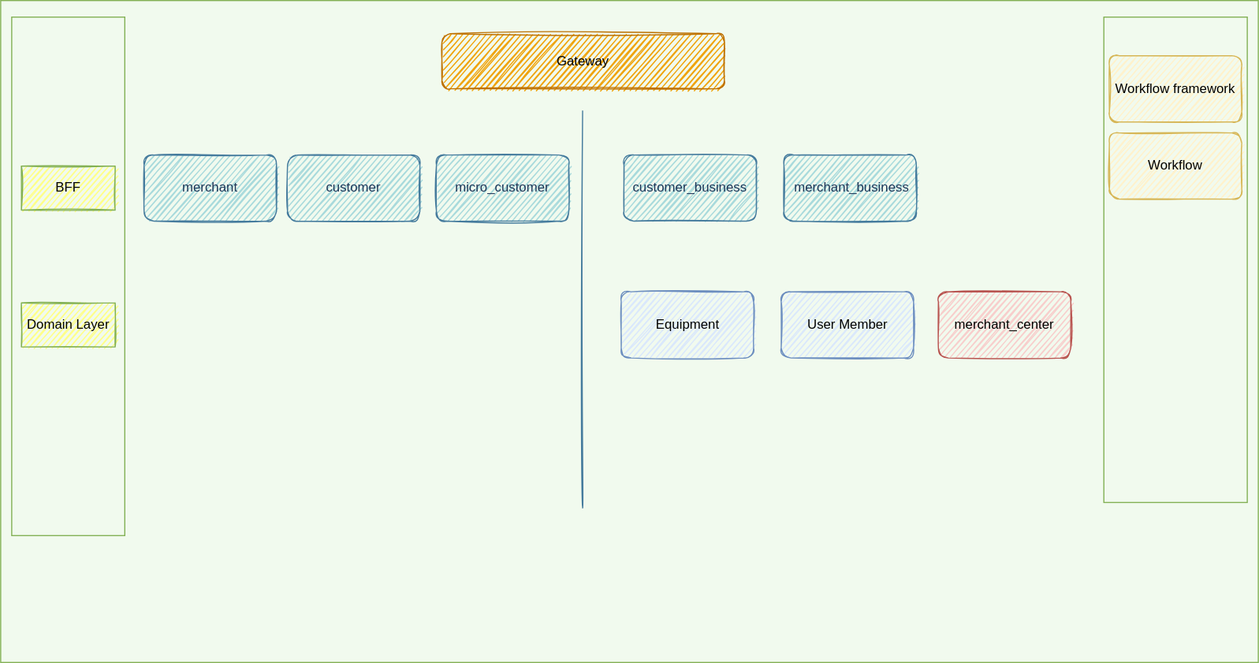
Earlier version of the draw.io export service layer.drawio.svg (jingwux/diagrams). Source tidied: cells renumbered, new cells last; positions are measured from the earlier drawing's top-left corner, leaving out a move shared by most shapes.
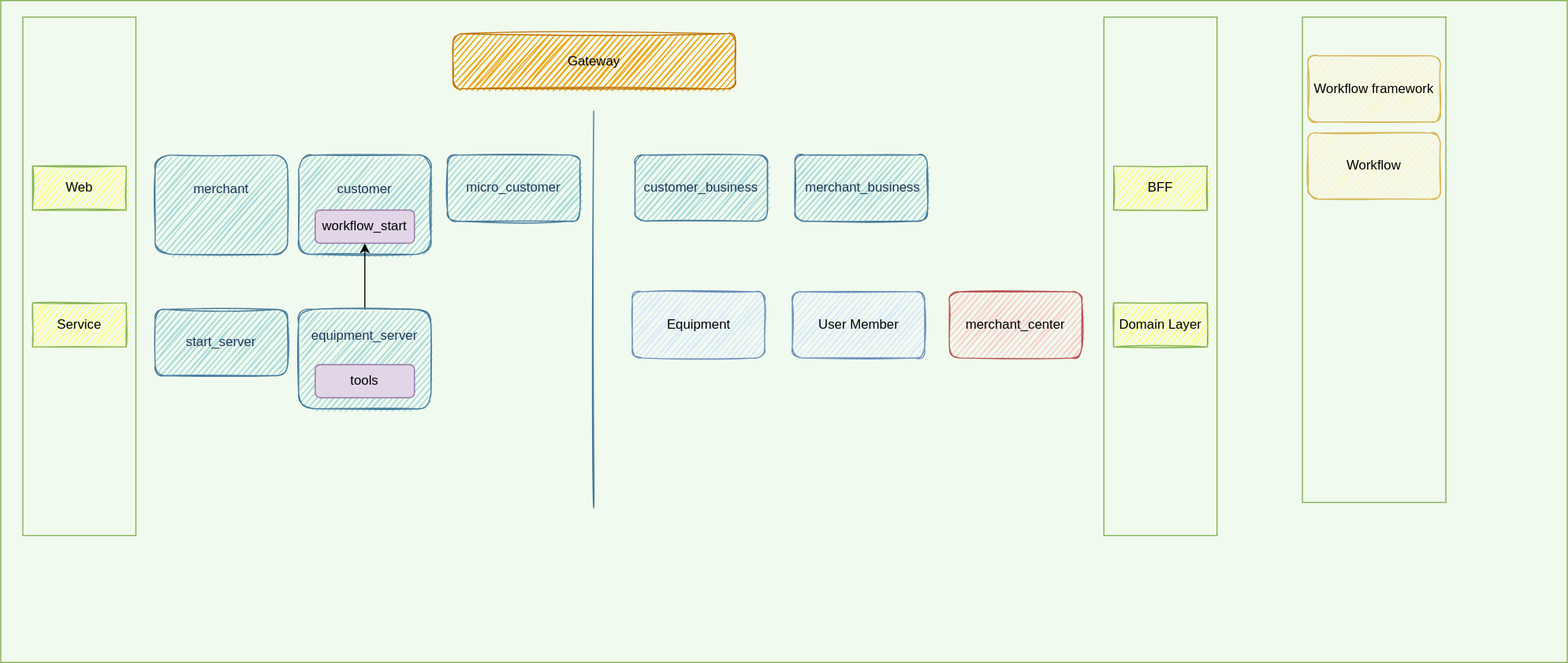
Above is the later version.

The edit, as a diff of the source:
```diff
@@ -2,17 +2,17 @@
   <root>
     <mxCell id="0" />
     <mxCell id="1" parent="0" />
+    <mxCell id="4" style="rounded=0;whiteSpace=wrap;html=1;strokeColor=#82B054;fillColor=none;" parent="1" vertex="1">
+      <mxGeometry x="-10" width="1420" height="600" as="geometry" />
+    </mxCell>
     <mxCell id="2" style="rounded=0;whiteSpace=wrap;html=1;strokeColor=#82B054;fillColor=none;" parent="1" vertex="1">
-      <mxGeometry x="1000" y="15" width="130" height="440" as="geometry" />
+      <mxGeometry x="1170" y="15" width="130" height="440" as="geometry" />
     </mxCell>
     <mxCell id="3" style="rounded=0;whiteSpace=wrap;html=1;strokeColor=#82B054;fillColor=none;" parent="1" vertex="1">
       <mxGeometry x="10" y="15" width="102.5" height="470" as="geometry" />
     </mxCell>
-    <mxCell id="4" style="rounded=0;whiteSpace=wrap;html=1;strokeColor=#82B054;fillColor=none;" parent="1" vertex="1">
-      <mxGeometry width="1140" height="600" as="geometry" />
-    </mxCell>
     <mxCell id="5" value="Workflow" style="whiteSpace=wrap;html=1;fillColor=#fff2cc;strokeColor=#d6b656;sketch=1;rounded=1;" parent="1" vertex="1">
-      <mxGeometry x="1005" y="120" width="120" height="60" as="geometry" />
+      <mxGeometry x="1175" y="120" width="120" height="60" as="geometry" />
     </mxCell>
     <mxCell id="6" style="endArrow=none;html=1;labelBackgroundColor=#F1FAEE;strokeColor=#457B9D;fontColor=#1D3557;sketch=1;curved=1;" parent="1" edge="1">
       <mxGeometry relative="1" as="geometry">
@@ -21,9 +21,9 @@
       </mxGeometry>
     </mxCell>
     <mxCell id="7" value="Workflow framework" style="whiteSpace=wrap;html=1;fillColor=#fff2cc;strokeColor=#d6b656;sketch=1;rounded=1;" parent="1" vertex="1">
-      <mxGeometry x="1005" y="50" width="120" height="60" as="geometry" />
+      <mxGeometry x="1175" y="50" width="120" height="60" as="geometry" />
     </mxCell>
-    <mxCell id="8" value="BFF" style="whiteSpace=wrap;html=1;sketch=1;rounded=0;fillColor=#ffff88;strokeColor=#82B054;" parent="1" vertex="1">
+    <mxCell id="8" value="Web" style="whiteSpace=wrap;html=1;sketch=1;rounded=0;fillColor=#ffff88;strokeColor=#82B054;" parent="1" vertex="1">
       <mxGeometry x="18.8" y="150" width="85" height="40" as="geometry" />
     </mxCell>
     <mxCell id="9" value="Equipment" style="whiteSpace=wrap;html=1;fillColor=#dae8fc;strokeColor=#6c8ebf;sketch=1;rounded=1;" parent="1" vertex="1">
@@ -44,17 +44,41 @@
     <mxCell id="14" value="Gateway" style="whiteSpace=wrap;html=1;fillColor=#f0a30a;strokeColor=#BD7000;sketch=1;rounded=1;fontColor=#000000;" parent="1" vertex="1">
       <mxGeometry x="400" y="30" width="256" height="50" as="geometry" />
     </mxCell>
-    <mxCell id="15" value="Domain Layer" style="whiteSpace=wrap;html=1;fillColor=#ffff88;strokeColor=#82B054;sketch=1;rounded=0;" parent="1" vertex="1">
+    <mxCell id="15" value="Service" style="whiteSpace=wrap;html=1;fillColor=#ffff88;strokeColor=#82B054;sketch=1;rounded=0;" parent="1" vertex="1">
       <mxGeometry x="18.8" y="274" width="85" height="40" as="geometry" />
     </mxCell>
-    <mxCell id="16" value="merchant" style="whiteSpace=wrap;html=1;fillColor=#A8DADC;strokeColor=#457B9D;fontColor=#1D3557;sketch=1;rounded=1;" parent="1" vertex="1">
-      <mxGeometry x="130" y="140" width="120" height="60" as="geometry" />
+    <mxCell id="16" value="merchant&lt;br&gt;&lt;br&gt;&lt;br&gt;" style="whiteSpace=wrap;html=1;fillColor=#A8DADC;strokeColor=#457B9D;fontColor=#1D3557;sketch=1;rounded=1;" parent="1" vertex="1">
+      <mxGeometry x="130" y="140" width="120" height="90" as="geometry" />
     </mxCell>
-    <mxCell id="17" value="customer" style="whiteSpace=wrap;html=1;fillColor=#A8DADC;strokeColor=#457B9D;fontColor=#1D3557;sketch=1;rounded=1;" parent="1" vertex="1">
-      <mxGeometry x="260" y="140" width="120" height="60" as="geometry" />
+    <mxCell id="17" value="customer&lt;br&gt;&lt;br&gt;&lt;br&gt;" style="whiteSpace=wrap;html=1;fillColor=#A8DADC;strokeColor=#457B9D;fontColor=#1D3557;sketch=1;rounded=1;" parent="1" vertex="1">
+      <mxGeometry x="260" y="140" width="120" height="90" as="geometry" />
     </mxCell>
     <mxCell id="18" value="micro_customer" style="whiteSpace=wrap;html=1;fillColor=#A8DADC;strokeColor=#457B9D;fontColor=#1D3557;sketch=1;rounded=1;" parent="1" vertex="1">
       <mxGeometry x="395" y="140" width="120" height="60" as="geometry" />
     </mxCell>
+    <mxCell id="19" style="rounded=0;whiteSpace=wrap;html=1;strokeColor=#82B054;fillColor=none;" parent="1" vertex="1">
+      <mxGeometry x="990" y="15" width="102.5" height="470" as="geometry" />
+    </mxCell>
+    <mxCell id="20" value="BFF" style="whiteSpace=wrap;html=1;sketch=1;rounded=0;fillColor=#ffff88;strokeColor=#82B054;" parent="1" vertex="1">
+      <mxGeometry x="998.8" y="150" width="85" height="40" as="geometry" />
+    </mxCell>
+    <mxCell id="21" value="Domain Layer" style="whiteSpace=wrap;html=1;fillColor=#ffff88;strokeColor=#82B054;sketch=1;rounded=0;" parent="1" vertex="1">
+      <mxGeometry x="998.8" y="274" width="85" height="40" as="geometry" />
+    </mxCell>
+    <mxCell id="22" value="start_server" style="whiteSpace=wrap;html=1;fillColor=#A8DADC;strokeColor=#457B9D;fontColor=#1D3557;sketch=1;rounded=1;" parent="1" vertex="1">
+      <mxGeometry x="130" y="280" width="120" height="60" as="geometry" />
+    </mxCell>
+    <mxCell id="23" value="workflow_start" style="rounded=1;whiteSpace=wrap;html=1;fillColor=#e1d5e7;strokeColor=#9673a6;sketch=0;" parent="1" vertex="1">
+      <mxGeometry x="275" y="190" width="90" height="30" as="geometry" />
+    </mxCell>
+    <mxCell id="24" style="edgeStyle=orthogonalEdgeStyle;rounded=0;jettySize=auto;html=1;exitX=0.5;exitY=0;exitDx=0;exitDy=0;entryX=0.5;entryY=1;entryDx=0;entryDy=0;" parent="1" edge="1" source="25" target="23">
+      <mxGeometry relative="1" as="geometry" />
+    </mxCell>
+    <mxCell id="25" value="equipment_server&lt;br&gt;&lt;br&gt;&lt;br&gt;&lt;br&gt;" style="whiteSpace=wrap;html=1;fillColor=#A8DADC;strokeColor=#457B9D;fontColor=#1D3557;sketch=1;rounded=1;" parent="1" vertex="1">
+      <mxGeometry x="260" y="280" width="120" height="90" as="geometry" />
+    </mxCell>
+    <mxCell id="26" value="tools" style="rounded=1;whiteSpace=wrap;html=1;fillColor=#e1d5e7;strokeColor=#9673a6;sketch=0;" parent="1" vertex="1">
+      <mxGeometry x="275" y="330" width="90" height="30" as="geometry" />
+    </mxCell>
   </root>
 </mxGraphModel>
```
